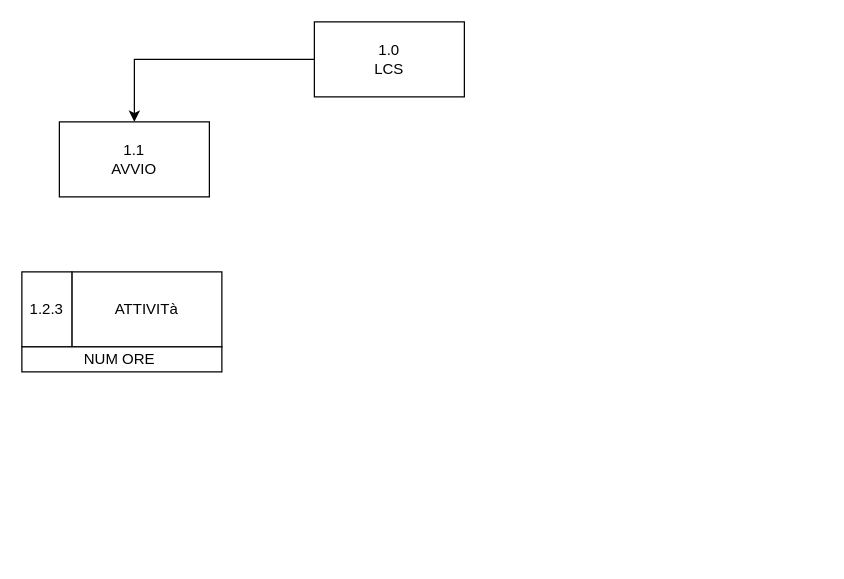
This is Diagramma senza titolo.drawio from Emanuele-Senis/gpoi-projects, a draw.io file, before an edit. Source tidied: cells renumbered, new cells numbered last; positions are measured from the earlier drawing's top-left corner, leaving out a move shared by most shapes. Both pictures are drawn from the tidied source at 125%, with x=0, y=0 at pixel (21, 21).
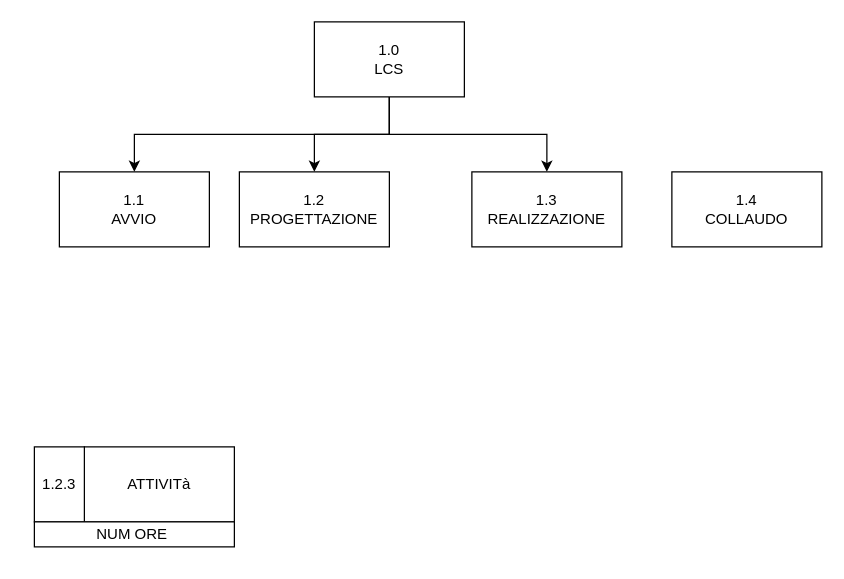
The same diagram, later.

The edit, as a diff of the source:
```diff
@@
 <mxGraphModel>
   <root>
     <mxCell id="0" />
     <mxCell id="1" parent="0" />
-    <mxCell id="2" style="edgeStyle=orthogonalEdgeStyle;rounded=0;jettySize=auto;html=1;exitX=0;exitY=0.5;exitDx=0;exitDy=0;entryX=0.5;entryY=0;entryDx=0;entryDy=0;" parent="1" edge="1" source="3" target="4">
+    <mxCell id="2" style="edgeStyle=orthogonalEdgeStyle;rounded=0;jettySize=auto;html=1;entryX=0.5;entryY=0;entryDx=0;entryDy=0;exitX=0.5;exitY=1;exitDx=0;exitDy=0;" parent="1" edge="1" source="3" target="4">
       <mxGeometry relative="1" as="geometry" />
     </mxCell>
+    <mxCell id="10" style="edgeStyle=orthogonalEdgeStyle;rounded=0;jettySize=auto;html=1;exitX=0.5;exitY=1;exitDx=0;exitDy=0;entryX=0.5;entryY=0;entryDx=0;entryDy=0;" parent="1" edge="1" source="3" target="12">
+      <mxGeometry relative="1" as="geometry" />
+    </mxCell>
+    <mxCell id="11" style="edgeStyle=orthogonalEdgeStyle;rounded=0;jettySize=auto;html=1;exitX=0.5;exitY=1;exitDx=0;exitDy=0;entryX=0.5;entryY=0;entryDx=0;entryDy=0;" parent="1" edge="1" source="3" target="13">
+      <mxGeometry relative="1" as="geometry" />
+    </mxCell>
     <mxCell id="3" value="1.0&lt;br&gt;LCS" style="rounded=0;whiteSpace=wrap;html=1;" parent="1" vertex="1">
       <mxGeometry x="234" width="120" height="60" as="geometry" />
     </mxCell>
     <mxCell id="4" value="1.1&lt;br&gt;AVVIO" style="rounded=0;whiteSpace=wrap;html=1;" parent="1" vertex="1">
-      <mxGeometry x="30" y="80" width="120" height="60" as="geometry" />
+      <mxGeometry x="30" y="120" width="120" height="60" as="geometry" />
     </mxCell>
     <mxCell id="5" style="group;" parent="1" vertex="1">
-      <mxGeometry y="200" width="160" height="80" as="geometry" />
+      <mxGeometry x="10" y="340" width="160" height="80" as="geometry" />
     </mxCell>
     <mxCell id="6" value="ATTIVITà" style="rounded=0;whiteSpace=wrap;html=1;" parent="5" vertex="1">
       <mxGeometry x="40" width="120" height="60" as="geometry" />
     </mxCell>
     <mxCell id="7" value="1.2.3" style="rounded=0;whiteSpace=wrap;html=1;" parent="5" vertex="1">
       <mxGeometry width="40" height="60" as="geometry" />
     </mxCell>
     <mxCell id="8" value="NUM ORE&amp;nbsp;" style="rounded=0;whiteSpace=wrap;html=1;" parent="5" vertex="1">
       <mxGeometry y="60" width="160" height="20" as="geometry" />
     </mxCell>
     <mxCell id="9" style="edgeStyle=orthogonalEdgeStyle;rounded=0;orthogonalLoop=1;jettySize=auto;html=1;exitX=0.5;exitY=1;exitDx=0;exitDy=0;" parent="5" edge="1" source="8" target="8">
       <mxGeometry relative="1" as="geometry" />
     </mxCell>
+    <mxCell id="12" value="1.2&lt;br&gt;PROGETTAZIONE" style="rounded=0;whiteSpace=wrap;html=1;" parent="1" vertex="1">
+      <mxGeometry x="174" y="120" width="120" height="60" as="geometry" />
+    </mxCell>
+    <mxCell id="13" value="1.3&lt;br&gt;REALIZZAZIONE" style="rounded=0;whiteSpace=wrap;html=1;" parent="1" vertex="1">
+      <mxGeometry x="360" y="120" width="120" height="60" as="geometry" />
+    </mxCell>
+    <mxCell id="14" value="1.4&lt;br&gt;COLLAUDO" style="rounded=0;whiteSpace=wrap;html=1;" parent="1" vertex="1">
+      <mxGeometry x="520" y="120" width="120" height="60" as="geometry" />
+    </mxCell>
   </root>
 </mxGraphModel>
```
